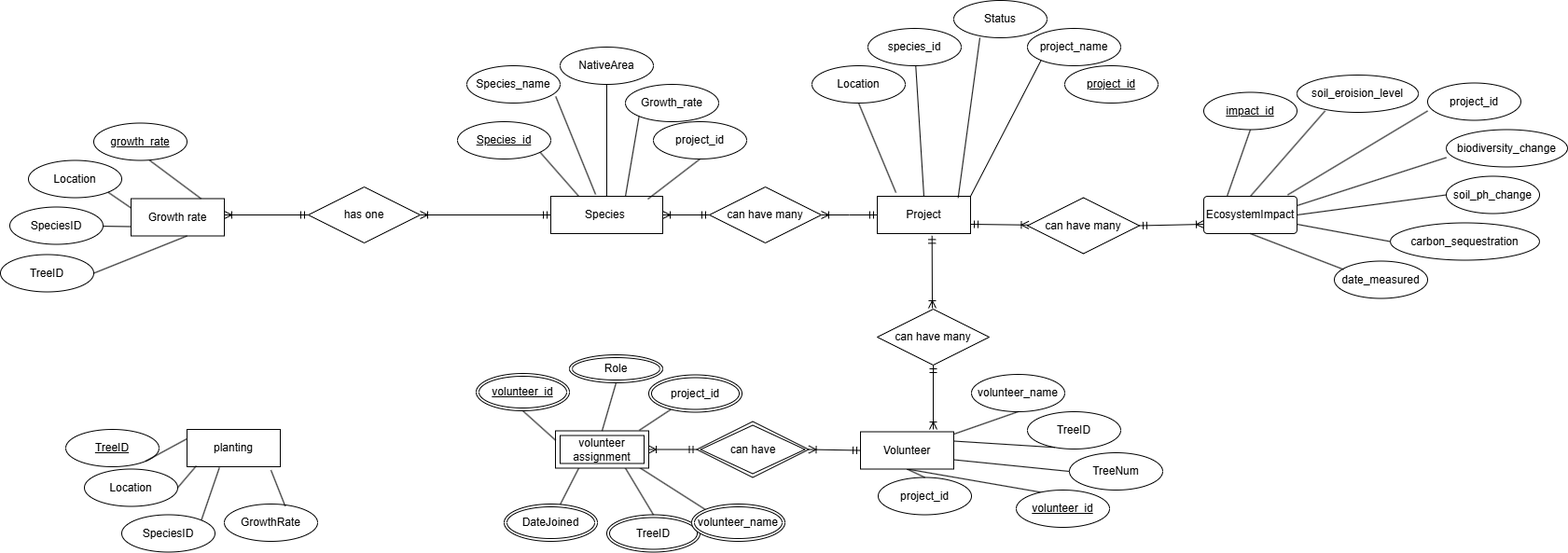
This is project ERD.drawio.png from Bstvrry/Database-project, a draw.io export, as it was before one commit. Source tidied: cells renumbered, new cells last; positions are measured from the earlier drawing's top-left corner, leaving out a move shared by most shapes.
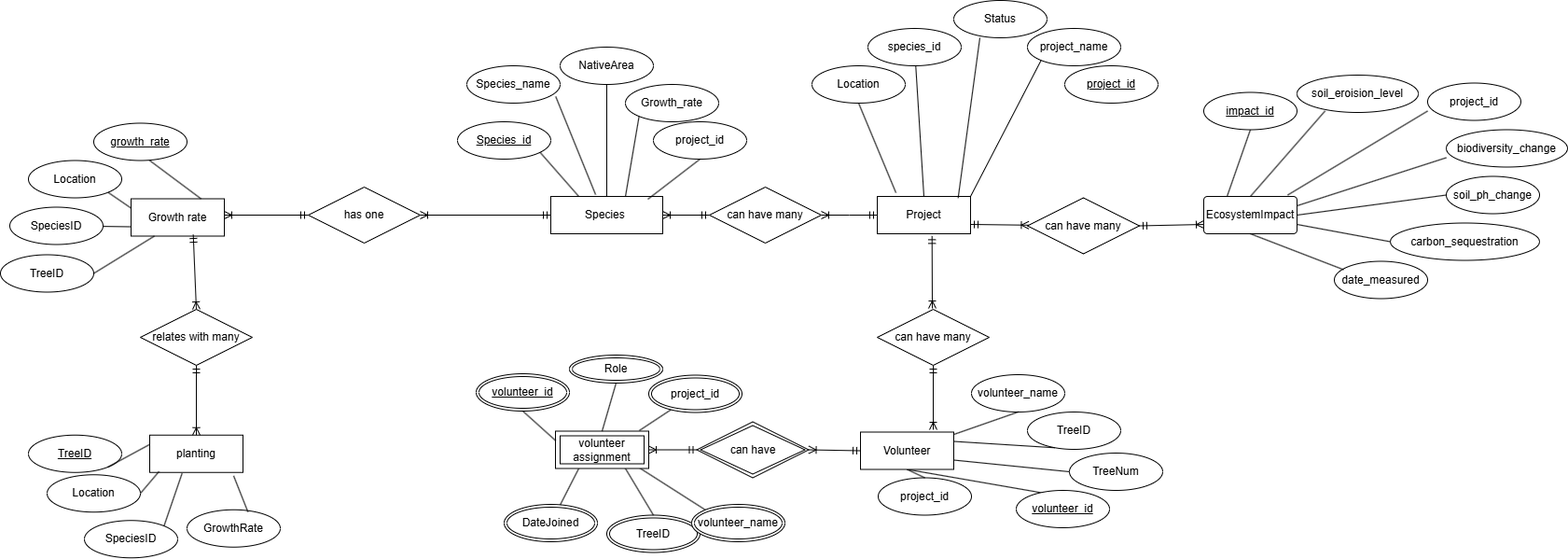
After the commit.

Diff of the diagram source:
```diff
@@ -206,10 +206,8 @@
     <mxCell id="63" value="TreeID" style="ellipse;whiteSpace=wrap;html=1;align=center;fontStyle=0;" parent="1" vertex="1">
       <mxGeometry y="272.5" width="100" height="40" as="geometry" />
     </mxCell>
-    <mxCell id="64" style="endArrow=none;html=1;rounded=0;exitX=1;exitY=0.5;exitDx=0;exitDy=0;entryX=1;entryY=0.5;entryDx=0;entryDy=0;" parent="1" edge="1" source="63">
-      <mxGeometry relative="1" as="geometry">
-        <mxPoint x="200" y="252.5" as="targetPoint" />
-      </mxGeometry>
+    <mxCell id="64" style="endArrow=none;html=1;rounded=0;exitX=1;exitY=0.5;exitDx=0;exitDy=0;entryX=0.25;entryY=1;entryDx=0;entryDy=0;" parent="1" edge="1" source="63" target="59">
+      <mxGeometry relative="1" as="geometry" />
     </mxCell>
     <mxCell id="65" style="endArrow=none;html=1;rounded=0;entryX=0;entryY=0.75;entryDx=0;entryDy=0;" parent="1" edge="1" source="62" target="59">
       <mxGeometry relative="1" as="geometry" />
@@ -291,7 +289,7 @@
       <mxGeometry x="1101" y="211.5" width="120" height="60" as="geometry" />
     </mxCell>
     <mxCell id="87" style="group;" parent="1" vertex="1">
-      <mxGeometry x="70" y="460" width="270" height="131.5" as="geometry" />
+      <mxGeometry x="30" y="465.8" width="270" height="131.5" as="geometry" />
     </mxCell>
     <mxCell id="88" value="planting" style="whiteSpace=wrap;html=1;align=center;" parent="87" vertex="1">
       <mxGeometry x="130" width="100" height="40" as="geometry" />
@@ -320,5 +318,14 @@
     <mxCell id="96" value="Location" style="ellipse;whiteSpace=wrap;html=1;align=center;" parent="87" vertex="1">
       <mxGeometry x="20" y="42.5" width="100" height="40" as="geometry" />
     </mxCell>
+    <mxCell id="97" style="fontSize=12;html=1;endArrow=ERoneToMany;startArrow=ERmandOne;rounded=0;exitX=0.5;exitY=1;exitDx=0;exitDy=0;entryX=0.5;entryY=0;entryDx=0;entryDy=0;" parent="1" edge="1" source="99" target="88">
+      <mxGeometry relative="1" as="geometry" />
+    </mxCell>
+    <mxCell id="98" style="fontSize=12;html=1;endArrow=ERoneToMany;startArrow=ERmandOne;rounded=0;exitX=0.667;exitY=0.963;exitDx=0;exitDy=0;entryX=0.5;entryY=0;entryDx=0;entryDy=0;exitPerimeter=0;" parent="1" edge="1" source="59" target="99">
+      <mxGeometry relative="1" as="geometry" />
+    </mxCell>
+    <mxCell id="99" value="relates with many" style="shape=rhombus;perimeter=rhombusPerimeter;whiteSpace=wrap;html=1;align=center;" parent="1" vertex="1">
+      <mxGeometry x="150" y="331" width="120" height="60" as="geometry" />
+    </mxCell>
   </root>
 </mxGraphModel>
```
